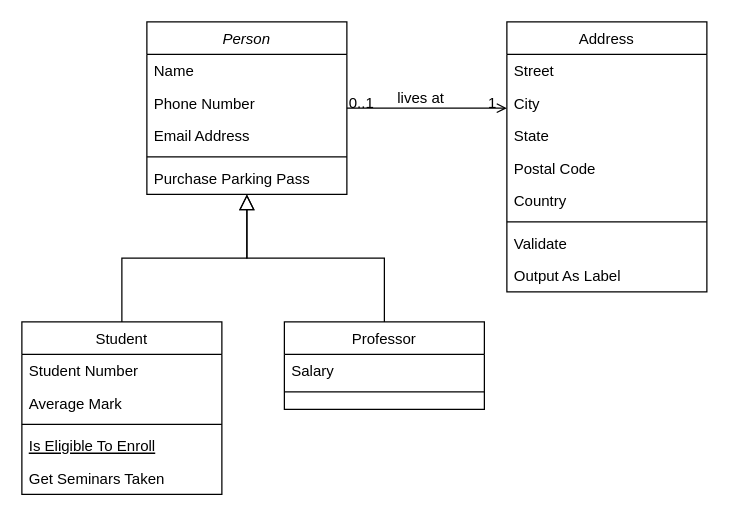
ZackAttax/Bridge-rails-vue keeps this draw.io diagram as Untitled Diagram.drawio. Above is the earlier version. Source tidied: cells renumbered, new cells numbered last; positions are measured from the earlier drawing's top-left corner, leaving out a move shared by most shapes. Both pictures are drawn from the tidied source at 125%, with x=0, y=0 at pixel (21, 21).
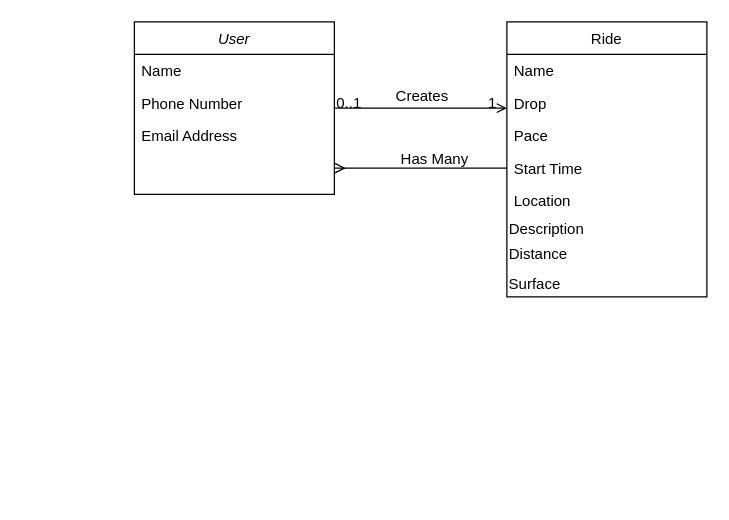
After the change.

Commit message:
Build basic relationship MVP

The change refers to these unchanged cells:
```xml
<mxCell id="28" style="endArrow=open;shadow=0;strokeWidth=1;rounded=0;endFill=1;edgeStyle=elbowEdgeStyle;elbow=vertical;" parent="1" edge="1" source="2" target="19">
  <mxGeometry x="0.5" y="41" relative="1" as="geometry">
    <mxPoint x="-40" y="32" as="offset" />
  </mxGeometry>
</mxCell>
```

Diff of the diagram source:
```diff
@@
-    <mxCell id="2" value="Person" style="swimlane;fontStyle=2;align=center;verticalAlign=top;horizontal=1;startSize=26;rounded=0;shadow=0;strokeWidth=1;" parent="1" vertex="1">
-      <mxGeometry x="100" width="160" height="138" as="geometry" />
+    <mxCell id="2" value="User" style="swimlane;fontStyle=2;align=center;verticalAlign=top;horizontal=1;startSize=26;rounded=0;shadow=0;strokeWidth=1;" parent="1" vertex="1">
+      <mxGeometry x="90" width="160" height="138" as="geometry" />
     </mxCell>
@@
-    <mxCell id="6" style="line;html=1;strokeWidth=1;align=left;verticalAlign=middle;spacingTop=-1;spacingLeft=3;spacingRight=3;labelPosition=right;" parent="2" vertex="1">
-      <mxGeometry y="104" width="160" height="8" as="geometry" />
-    </mxCell>
-    <mxCell id="7" value="Purchase Parking Pass" style="text;align=left;verticalAlign=top;spacingLeft=4;spacingRight=4;overflow=hidden;" parent="2" vertex="1">
-      <mxGeometry y="112" width="160" height="26" as="geometry" />
-    </mxCell>
-    <mxCell id="8" value="Student" style="swimlane;fontStyle=0;align=center;verticalAlign=top;horizontal=1;startSize=26;rounded=0;shadow=0;strokeWidth=1;" parent="1" vertex="1">
-      <mxGeometry y="240" width="160" height="138" as="geometry" />
-    </mxCell>
-    <mxCell id="9" value="Student Number" style="text;align=left;verticalAlign=top;spacingLeft=4;spacingRight=4;overflow=hidden;" parent="8" vertex="1">
-      <mxGeometry y="26" width="160" height="26" as="geometry" />
-    </mxCell>
-    <mxCell id="10" value="Average Mark" style="text;align=left;verticalAlign=top;spacingLeft=4;spacingRight=4;overflow=hidden;rounded=0;shadow=0;html=0;" parent="8" vertex="1">
-      <mxGeometry y="52" width="160" height="26" as="geometry" />
-    </mxCell>
-    <mxCell id="11" style="line;html=1;strokeWidth=1;align=left;verticalAlign=middle;spacingTop=-1;spacingLeft=3;spacingRight=3;labelPosition=right;" parent="8" vertex="1">
-      <mxGeometry y="78" width="160" height="8" as="geometry" />
-    </mxCell>
-    <mxCell id="12" value="Is Eligible To Enroll" style="text;align=left;verticalAlign=top;spacingLeft=4;spacingRight=4;overflow=hidden;fontStyle=4;" parent="8" vertex="1">
-      <mxGeometry y="86" width="160" height="26" as="geometry" />
-    </mxCell>
-    <mxCell id="13" value="Get Seminars Taken" style="text;align=left;verticalAlign=top;spacingLeft=4;spacingRight=4;overflow=hidden;" parent="8" vertex="1">
-      <mxGeometry y="112" width="160" height="26" as="geometry" />
-    </mxCell>
-    <mxCell id="14" style="endArrow=block;endSize=10;endFill=0;shadow=0;strokeWidth=1;rounded=0;edgeStyle=elbowEdgeStyle;elbow=vertical;" parent="1" edge="1" source="8" target="2">
-      <mxGeometry relative="1" as="geometry" />
-    </mxCell>
-    <mxCell id="15" value="Professor" style="swimlane;fontStyle=0;align=center;verticalAlign=top;horizontal=1;startSize=26;rounded=0;shadow=0;strokeWidth=1;" parent="1" vertex="1">
-      <mxGeometry x="210" y="240" width="160" height="70" as="geometry" />
-    </mxCell>
-    <mxCell id="16" value="Salary" style="text;align=left;verticalAlign=top;spacingLeft=4;spacingRight=4;overflow=hidden;" parent="15" vertex="1">
-      <mxGeometry y="26" width="160" height="26" as="geometry" />
-    </mxCell>
-    <mxCell id="17" style="line;html=1;strokeWidth=1;align=left;verticalAlign=middle;spacingTop=-1;spacingLeft=3;spacingRight=3;labelPosition=right;" parent="15" vertex="1">
-      <mxGeometry y="52" width="160" height="8" as="geometry" />
-    </mxCell>
-    <mxCell id="18" style="endArrow=block;endSize=10;endFill=0;shadow=0;strokeWidth=1;rounded=0;edgeStyle=elbowEdgeStyle;elbow=vertical;" parent="1" edge="1" source="15" target="2">
-      <mxGeometry relative="1" as="geometry" />
-    </mxCell>
-    <mxCell id="19" value="Address" style="swimlane;fontStyle=0;align=center;verticalAlign=top;horizontal=1;startSize=26;rounded=0;shadow=0;strokeWidth=1;" parent="1" vertex="1">
-      <mxGeometry x="388" width="160" height="216" as="geometry" />
+    <mxCell id="19" value="Ride" style="swimlane;fontStyle=0;align=center;verticalAlign=top;horizontal=1;startSize=26;rounded=0;shadow=0;strokeWidth=1;" parent="1" vertex="1">
+      <mxGeometry x="388" width="160" height="220" as="geometry" />
     </mxCell>
-    <mxCell id="20" value="Street" style="text;align=left;verticalAlign=top;spacingLeft=4;spacingRight=4;overflow=hidden;" parent="19" vertex="1">
+    <mxCell id="20" value="Name" style="text;align=left;verticalAlign=top;spacingLeft=4;spacingRight=4;overflow=hidden;" parent="19" vertex="1">
       <mxGeometry y="26" width="160" height="26" as="geometry" />
     </mxCell>
-    <mxCell id="21" value="City" style="text;align=left;verticalAlign=top;spacingLeft=4;spacingRight=4;overflow=hidden;rounded=0;shadow=0;html=0;" parent="19" vertex="1">
+    <mxCell id="21" value="Drop" style="text;align=left;verticalAlign=top;spacingLeft=4;spacingRight=4;overflow=hidden;rounded=0;shadow=0;html=0;" parent="19" vertex="1">
       <mxGeometry y="52" width="160" height="26" as="geometry" />
     </mxCell>
-    <mxCell id="22" value="State" style="text;align=left;verticalAlign=top;spacingLeft=4;spacingRight=4;overflow=hidden;rounded=0;shadow=0;html=0;" parent="19" vertex="1">
+    <mxCell id="22" value="Pace" style="text;align=left;verticalAlign=top;spacingLeft=4;spacingRight=4;overflow=hidden;rounded=0;shadow=0;html=0;" parent="19" vertex="1">
       <mxGeometry y="78" width="160" height="26" as="geometry" />
     </mxCell>
-    <mxCell id="23" value="Postal Code" style="text;align=left;verticalAlign=top;spacingLeft=4;spacingRight=4;overflow=hidden;points=[[0,0.5],[1,0.5]];portConstraint=eastwest;rounded=0;shadow=0;html=0;" parent="19" vertex="1">
+    <mxCell id="23" value="Start Time" style="text;align=left;verticalAlign=top;spacingLeft=4;spacingRight=4;overflow=hidden;points=[[0,0.5],[1,0.5]];portConstraint=eastwest;rounded=0;shadow=0;html=0;" parent="19" vertex="1">
       <mxGeometry y="104" width="160" height="26" as="geometry" />
     </mxCell>
-    <mxCell id="24" value="Country" style="text;align=left;verticalAlign=top;spacingLeft=4;spacingRight=4;overflow=hidden;rounded=0;shadow=0;html=0;" parent="19" vertex="1">
+    <mxCell id="24" value="Location" style="text;align=left;verticalAlign=top;spacingLeft=4;spacingRight=4;overflow=hidden;rounded=0;shadow=0;html=0;" parent="19" vertex="1">
       <mxGeometry y="130" width="160" height="26" as="geometry" />
     </mxCell>
-    <mxCell id="25" style="line;html=1;strokeWidth=1;align=left;verticalAlign=middle;spacingTop=-1;spacingLeft=3;spacingRight=3;labelPosition=right;" parent="19" vertex="1">
-      <mxGeometry y="156" width="160" height="8" as="geometry" />
-    </mxCell>
-    <mxCell id="26" value="Validate" style="text;align=left;verticalAlign=top;spacingLeft=4;spacingRight=4;overflow=hidden;" parent="19" vertex="1">
-      <mxGeometry y="164" width="160" height="26" as="geometry" />
-    </mxCell>
-    <mxCell id="27" value="Output As Label" style="text;align=left;verticalAlign=top;spacingLeft=4;spacingRight=4;overflow=hidden;" parent="19" vertex="1">
-      <mxGeometry y="190" width="160" height="26" as="geometry" />
-    </mxCell>
+    <mxCell id="32" value="Description" style="text;html=1;align=left;verticalAlign=middle;strokeColor=none;fillColor=none;" parent="19" vertex="1">
+      <mxGeometry y="156" width="160" height="20" as="geometry" />
+    </mxCell>
+    <mxCell id="33" value="Distance" style="text;html=1;align=left;verticalAlign=middle;strokeColor=none;fillColor=none;" parent="19" vertex="1">
+      <mxGeometry y="176" width="160" height="20" as="geometry" />
+    </mxCell>
@@
-    <mxCell id="31" value="lives at" style="text;html=1;align=center;verticalAlign=middle;labelBackgroundColor=none;rounded=0;shadow=0;strokeWidth=1;fontSize=12;" parent="28" vertex="1">
-      <mxGeometry x="0.5" y="49" relative="1" as="geometry">
-        <mxPoint x="-38" y="40" as="offset" />
-      </mxGeometry>
-    </mxCell>
+    <mxCell id="34" value="Surface" style="text;html=1;align=center;verticalAlign=middle;strokeColor=none;fillColor=none;" parent="1" vertex="1">
+      <mxGeometry x="380" y="200" width="60" height="20" as="geometry" />
+    </mxCell>
+    <mxCell id="35" value="Creates" style="text;html=1;align=center;verticalAlign=middle;strokeColor=none;fillColor=none;" parent="1" vertex="1">
+      <mxGeometry x="290" y="50" width="60" height="20" as="geometry" />
+    </mxCell>
+    <mxCell id="36" style="endArrow=ERmany;html=1;rounded=0;exitX=0;exitY=0.5;exitDx=0;exitDy=0;endFill=0;" parent="1" edge="1" source="23">
+      <mxGeometry relative="1" as="geometry">
+        <mxPoint x="250" y="117" as="targetPoint" />
+      </mxGeometry>
+    </mxCell>
+    <mxCell id="37" value="Has Many" style="text;html=1;align=center;verticalAlign=middle;strokeColor=none;fillColor=none;" parent="1" vertex="1">
+      <mxGeometry x="295" y="100" width="70" height="20" as="geometry" />
+    </mxCell>
```
